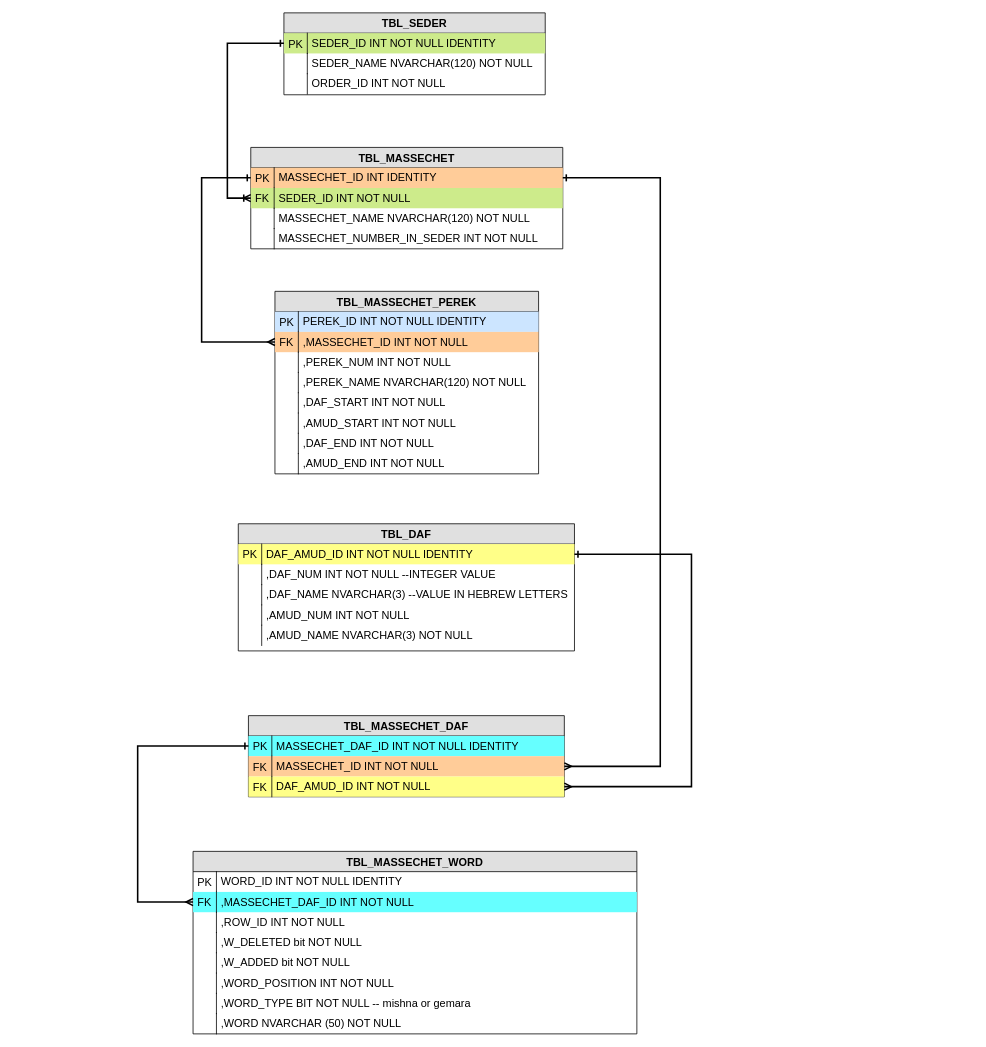
mdanielov/limud-kodesh keeps this draw.io diagram as db_drawings/KimeTsion.drawio. Above is the earlier version. Source tidied: cells renumbered, new cells numbered last; positions are measured from the earlier drawing's top-left corner, leaving out a move shared by most shapes. Both pictures are drawn from the tidied source at 78%, with x=0, y=0 at pixel (137, 12).
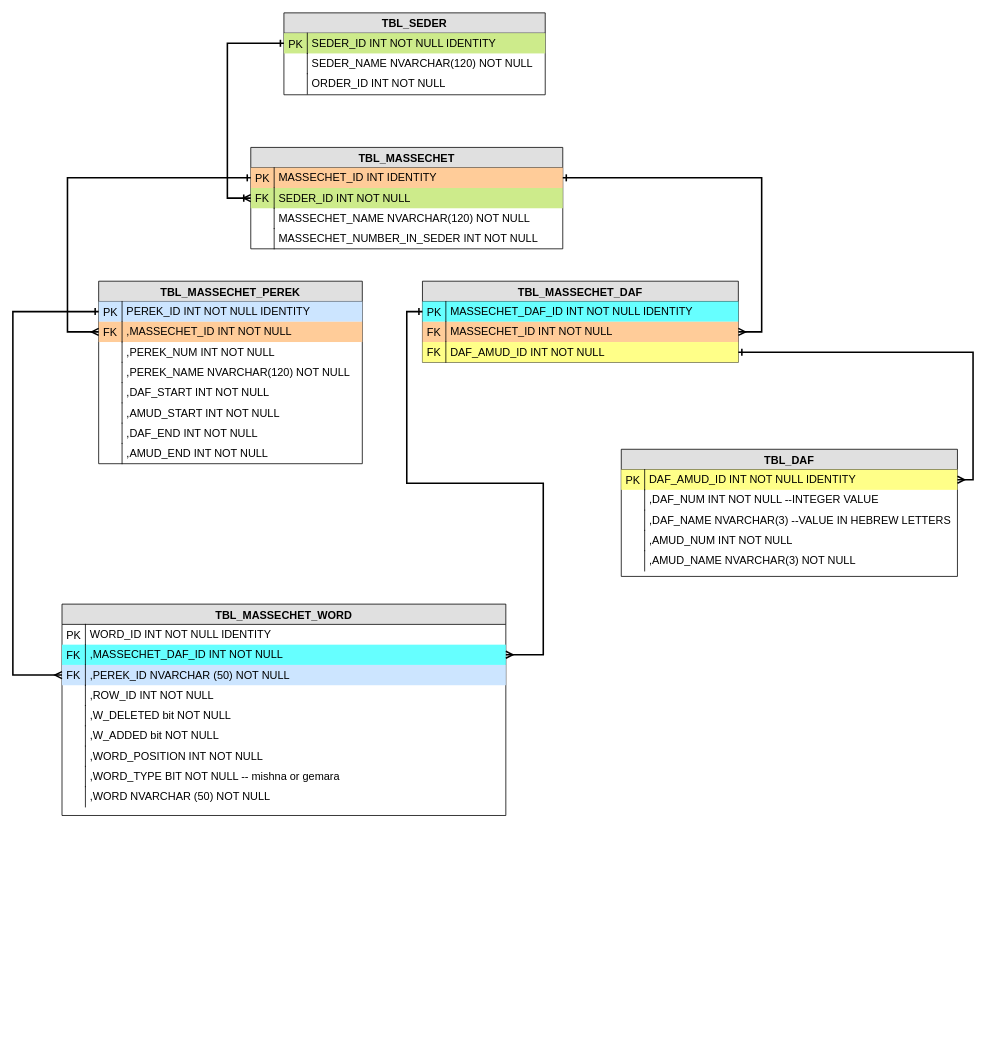
The same page after the edit.

The change refers to these unchanged cells:
```xml
<mxCell id="10" value="MASSECHET_ID INT IDENTITY" style="shape=partialRectangle;top=0;left=0;right=0;bottom=0;align=left;verticalAlign=top;spacingTop=-2;fillColor=#ffcc99;spacingLeft=34;spacingRight=4;overflow=hidden;points=[[0,0.5],[1,0.5]];portConstraint=eastwest;strokeColor=#36393d;fontSize=14;" parent="9" vertex="1">
  <mxGeometry y="26" width="400" height="26" as="geometry" />
</mxCell>
<mxCell id="19" value="PEREK_ID INT NOT NULL IDENTITY" style="shape=partialRectangle;top=0;left=0;right=0;bottom=0;align=left;verticalAlign=top;spacingTop=-2;fillColor=#cce5ff;spacingLeft=34;spacingRight=4;overflow=hidden;points=[[0,0.5],[1,0.5]];portConstraint=eastwest;strokeColor=#36393d;fontSize=14;" parent="18" vertex="1">
  <mxGeometry y="26" width="338" height="26" as="geometry" />
</mxCell>
<mxCell id="21" value=",MASSECHET_ID INT NOT NULL" style="shape=partialRectangle;top=0;left=0;right=0;bottom=0;align=left;verticalAlign=top;spacingTop=-2;fillColor=#ffcc99;spacingLeft=34;spacingRight=4;overflow=hidden;points=[[0,0.5],[1,0.5]];portConstraint=eastwest;strokeColor=#36393d;fontSize=14;" parent="18" vertex="1">
  <mxGeometry y="52" width="338" height="26" as="geometry" />
</mxCell>
<mxCell id="38" value="DAF_AMUD_ID INT NOT NULL IDENTITY" style="shape=partialRectangle;top=0;left=0;right=0;bottom=0;align=left;verticalAlign=top;spacingTop=-2;fillColor=#ffff88;spacingLeft=34;spacingRight=4;overflow=hidden;points=[[0,0.5],[1,0.5]];portConstraint=eastwest;strokeColor=#36393d;fontSize=14;" parent="37" vertex="1">
  <mxGeometry y="26" width="431" height="26" as="geometry" />
</mxCell>
<mxCell id="49" value="MASSECHET_DAF_ID INT NOT NULL  IDENTITY" style="shape=partialRectangle;top=0;left=0;right=0;bottom=0;align=left;verticalAlign=top;spacingTop=-2;fillColor=#66FFFF;spacingLeft=34;spacingRight=4;overflow=hidden;points=[[0,0.5],[1,0.5]];portConstraint=eastwest;fontSize=14;strokeColor=#666666;fontColor=#000000;fontStyle=0;" parent="48" vertex="1">
  <mxGeometry y="26" width="405" height="26" as="geometry" />
</mxCell>
<mxCell id="51" value="MASSECHET_ID INT NOT NULL" style="shape=partialRectangle;top=0;left=0;right=0;bottom=0;align=left;verticalAlign=top;spacingTop=-2;fillColor=#ffcc99;spacingLeft=34;spacingRight=4;overflow=hidden;points=[[0,0.5],[1,0.5]];portConstraint=eastwest;fontSize=14;strokeColor=#36393d;" parent="48" vertex="1">
  <mxGeometry y="52" width="405" height="26" as="geometry" />
</mxCell>
<mxCell id="53" value="DAF_AMUD_ID INT NOT NULL" style="shape=partialRectangle;top=0;left=0;right=0;bottom=0;align=left;verticalAlign=top;spacingTop=-2;fillColor=#ffff88;spacingLeft=34;spacingRight=4;overflow=hidden;points=[[0,0.5],[1,0.5]];portConstraint=eastwest;fontSize=14;strokeColor=#36393d;" parent="48" vertex="1">
  <mxGeometry y="78" width="405" height="26" as="geometry" />
</mxCell>
<mxCell id="60" value=",MASSECHET_DAF_ID INT NOT NULL" style="shape=partialRectangle;top=0;left=0;right=0;bottom=0;align=left;verticalAlign=top;spacingTop=-2;fillColor=#66FFFF;spacingLeft=34;spacingRight=4;overflow=hidden;points=[[0,0.5],[1,0.5]];portConstraint=eastwest;fontSize=14;strokeColor=#6c8ebf;" parent="57" vertex="1">
  <mxGeometry y="52" width="569" height="26" as="geometry" />
</mxCell>
```

Change to the diagram source:
```diff
@@
     <mxCell id="18" value="TBL_MASSECHET_PEREK" style="swimlane;fontStyle=1;horizontal=1;startSize=26;fillColor=#e0e0e0;swimlaneFillColor=#ffffff;align=center;fontSize=14;" parent="1" vertex="1">
-      <mxGeometry x="176" y="357" width="338" height="234" as="geometry" />
+      <mxGeometry x="-50" y="344" width="338" height="234" as="geometry" />
     </mxCell>
@@
     <mxCell id="35" style="edgeStyle=orthogonalEdgeStyle;rounded=0;jettySize=auto;html=1;entryX=0;entryY=0.5;entryDx=0;entryDy=0;startArrow=ERone;startFill=0;endArrow=ERmany;endFill=0;strokeWidth=2;" parent="1" edge="1" source="10" target="21">
       <mxGeometry relative="1" as="geometry">
         <Array as="points">
-          <mxPoint x="82" y="212" />
-          <mxPoint x="82" y="422" />
+          <mxPoint x="-90" y="212" />
+          <mxPoint x="-90" y="409" />
         </Array>
       </mxGeometry>
     </mxCell>
@@
     <mxCell id="37" value="TBL_DAF" style="swimlane;fontStyle=1;horizontal=1;startSize=26;fillColor=#e0e0e0;swimlaneFillColor=#ffffff;align=center;fontSize=14;" parent="1" vertex="1">
-      <mxGeometry x="129" y="655" width="431" height="163" as="geometry" />
+      <mxGeometry x="620" y="559.5" width="431" height="163" as="geometry" />
     </mxCell>
@@
     <mxCell id="48" value="TBL_MASSECHET_DAF" style="swimlane;fontStyle=1;horizontal=1;startSize=26;fillColor=#e0e0e0;swimlaneFillColor=#ffffff;align=center;fontSize=14;" parent="1" vertex="1">
-      <mxGeometry x="142" y="901" width="405" height="104" as="geometry" />
+      <mxGeometry x="365.1" y="344" width="405" height="104" as="geometry" />
     </mxCell>
@@
     <mxCell id="55" style="edgeStyle=orthogonalEdgeStyle;rounded=0;jettySize=auto;html=1;exitX=1;exitY=0.5;exitDx=0;exitDy=0;entryX=1;entryY=0.5;entryDx=0;entryDy=0;fontSize=14;startArrow=ERone;startFill=0;endArrow=ERmany;endFill=0;strokeWidth=2;" parent="1" edge="1" source="10" target="51">
       <mxGeometry relative="1" as="geometry">
         <Array as="points">
-          <mxPoint x="670" y="212" />
-          <mxPoint x="670" y="966" />
+          <mxPoint x="800" y="212" />
+          <mxPoint x="800" y="409" />
         </Array>
       </mxGeometry>
     </mxCell>
-    <mxCell id="56" style="edgeStyle=orthogonalEdgeStyle;rounded=0;jettySize=auto;html=1;exitX=1;exitY=0.5;exitDx=0;exitDy=0;startArrow=ERone;startFill=0;endArrow=ERmany;endFill=0;strokeWidth=2;fontSize=14;" parent="1" edge="1" source="38" target="53">
-      <mxGeometry relative="1" as="geometry">
-        <Array as="points">
-          <mxPoint x="710" y="694" />
-          <mxPoint x="710" y="992" />
-        </Array>
-      </mxGeometry>
-    </mxCell>
     <mxCell id="57" value="TBL_MASSECHET_WORD" style="swimlane;fontStyle=1;horizontal=1;startSize=26;fillColor=#e0e0e0;swimlaneFillColor=#ffffff;align=center;fontSize=14;" parent="1" vertex="1">
-      <mxGeometry x="71" y="1075" width="569" height="234" as="geometry" />
+      <mxGeometry x="-97" y="758" width="569" height="271" as="geometry" />
     </mxCell>
@@
+    <mxCell id="75" value=",PEREK_ID NVARCHAR (50) NOT NULL" style="shape=partialRectangle;top=0;left=0;right=0;bottom=0;align=left;verticalAlign=top;spacingTop=-2;fillColor=#CCE5FF;spacingLeft=34;spacingRight=4;overflow=hidden;points=[[0,0.5],[1,0.5]];portConstraint=eastwest;fontSize=14;strokeColor=#d6b656;" parent="57" vertex="1">
+      <mxGeometry y="78" width="569" height="26" as="geometry" />
+    </mxCell>
+    <mxCell id="76" value="FK" style="shape=partialRectangle;top=0;left=0;bottom=0;fillColor=none;align=left;verticalAlign=middle;spacingLeft=4;spacingRight=4;overflow=hidden;fontSize=14;" parent="75" vertex="1">
+      <mxGeometry width="30" height="26" as="geometry" />
+    </mxCell>
     <mxCell id="62" value=",ROW_ID INT NOT NULL" style="shape=partialRectangle;top=0;left=0;right=0;bottom=0;align=left;verticalAlign=top;spacingTop=-2;fillColor=none;spacingLeft=34;spacingRight=4;overflow=hidden;fontSize=14;" parent="57" vertex="1">
-      <mxGeometry y="78" width="569" height="26" as="geometry" />
+      <mxGeometry y="104" width="569" height="26" as="geometry" />
     </mxCell>
@@
     <mxCell id="64" value=",W_DELETED bit NOT NULL" style="shape=partialRectangle;top=0;left=0;right=0;bottom=0;align=left;verticalAlign=top;spacingTop=-2;fillColor=none;spacingLeft=34;spacingRight=4;overflow=hidden;fontSize=14;" parent="57" vertex="1">
-      <mxGeometry y="104" width="569" height="26" as="geometry" />
+      <mxGeometry y="130" width="569" height="26" as="geometry" />
     </mxCell>
@@
     <mxCell id="66" value=",W_ADDED bit NOT NULL" style="shape=partialRectangle;top=0;left=0;right=0;bottom=0;align=left;verticalAlign=top;spacingTop=-2;fillColor=none;spacingLeft=34;spacingRight=4;overflow=hidden;fontSize=14;" parent="57" vertex="1">
-      <mxGeometry y="130" width="569" height="26" as="geometry" />
+      <mxGeometry y="156" width="569" height="26" as="geometry" />
     </mxCell>
@@
     <mxCell id="68" value=",WORD_POSITION INT NOT NULL" style="shape=partialRectangle;top=0;left=0;right=0;bottom=0;align=left;verticalAlign=top;spacingTop=-2;fillColor=none;spacingLeft=34;spacingRight=4;overflow=hidden;fontSize=14;" parent="57" vertex="1">
-      <mxGeometry y="156" width="569" height="26" as="geometry" />
+      <mxGeometry y="182" width="569" height="26" as="geometry" />
     </mxCell>
@@
     <mxCell id="70" value=",WORD_TYPE BIT NOT NULL -- mishna or gemara" style="shape=partialRectangle;top=0;left=0;right=0;bottom=0;align=left;verticalAlign=top;spacingTop=-2;fillColor=none;spacingLeft=34;spacingRight=4;overflow=hidden;fontSize=14;" parent="57" vertex="1">
-      <mxGeometry y="182" width="569" height="26" as="geometry" />
+      <mxGeometry y="208" width="569" height="26" as="geometry" />
     </mxCell>
@@
     <mxCell id="72" value=",WORD NVARCHAR (50) NOT NULL" style="shape=partialRectangle;top=0;left=0;right=0;bottom=0;align=left;verticalAlign=top;spacingTop=-2;fillColor=none;spacingLeft=34;spacingRight=4;overflow=hidden;fontSize=14;" parent="57" vertex="1">
-      <mxGeometry y="208" width="569" height="26" as="geometry" />
+      <mxGeometry y="234" width="569" height="26" as="geometry" />
     </mxCell>
@@
+    <mxCell id="77" style="edgeStyle=orthogonalEdgeStyle;rounded=0;jettySize=auto;html=1;exitX=1;exitY=0.5;exitDx=0;exitDy=0;entryX=1;entryY=0.5;entryDx=0;entryDy=0;startArrow=ERone;startFill=0;endArrow=ERmany;endFill=0;strokeWidth=2;" parent="1" edge="1" source="53" target="38">
+      <mxGeometry relative="1" as="geometry" />
+    </mxCell>
-    <mxCell id="74" style="edgeStyle=orthogonalEdgeStyle;rounded=0;jettySize=auto;html=1;exitX=0;exitY=0.5;exitDx=0;exitDy=0;entryX=0;entryY=0.5;entryDx=0;entryDy=0;startArrow=ERone;startFill=0;endArrow=ERmany;endFill=0;strokeWidth=2;fontSize=14;fontColor=#000000;" parent="1" edge="1" source="49" target="60">
+    <mxCell id="74" style="edgeStyle=orthogonalEdgeStyle;rounded=0;jettySize=auto;html=1;exitX=0;exitY=0.5;exitDx=0;exitDy=0;entryX=1;entryY=0.5;entryDx=0;entryDy=0;startArrow=ERone;startFill=0;endArrow=ERmany;endFill=0;strokeWidth=2;" parent="1" edge="1" source="49" target="60">
       <mxGeometry relative="1" as="geometry">
         <Array as="points">
-          <mxPoint y="940" />
-          <mxPoint y="1140" />
+          <mxPoint x="345" y="383" />
+          <mxPoint x="345" y="603" />
+          <mxPoint x="520" y="603" />
+          <mxPoint x="520" y="823" />
         </Array>
       </mxGeometry>
     </mxCell>
+    <mxCell id="78" style="edgeStyle=orthogonalEdgeStyle;rounded=0;jettySize=auto;html=1;exitX=0;exitY=0.5;exitDx=0;exitDy=0;entryX=0;entryY=0.5;entryDx=0;entryDy=0;startArrow=ERone;startFill=0;endArrow=ERmany;endFill=0;strokeWidth=2;" parent="1" edge="1" source="19" target="75">
+      <mxGeometry relative="1" as="geometry">
+        <Array as="points">
+          <mxPoint x="-160" y="383" />
+          <mxPoint x="-160" y="849" />
+        </Array>
+      </mxGeometry>
+    </mxCell>
```
